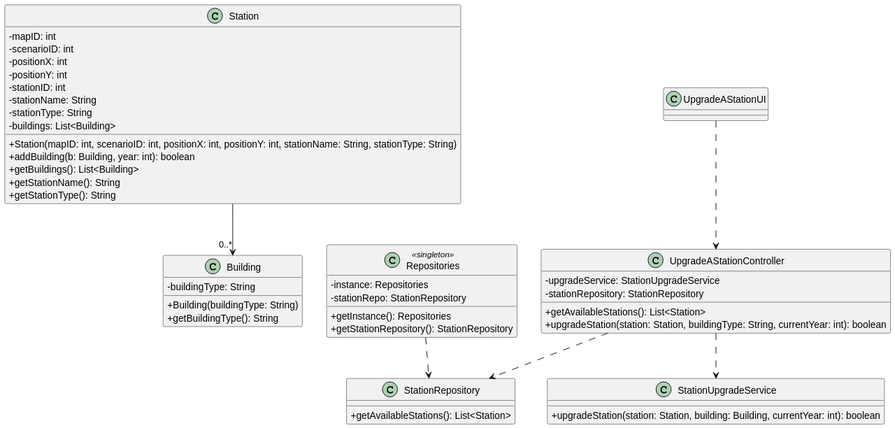
Before: docs/sprint3/us006/03.design/svg/us006-class-diagram.svg, a diagram exported from PlantUML (ivasduarte/all-aboard). Source of this version:
```plantuml
@startuml
skinparam packageStyle rectangle
skinparam shadowing false
skinparam classAttributeIconSize 0

class Station {
  - mapID: int
  - scenarioID: int
  - positionX: int
  - positionY: int
  - stationID: int
  - stationName: String
  - stationType: String
  - buildings: List<Building>
  + Station(mapID: int, scenarioID: int, positionX: int, positionY: int, stationName: String, stationType: String)
  + addBuilding(b: Building, year: int): boolean
  + getBuildings(): List<Building>
  + getStationName(): String
  + getStationType(): String
}

class Building {
  - buildingType: String
  + Building(buildingType: String)
  + getBuildingType(): String
}

class StationUpgradeService {
  + upgradeStation(station: Station, building: Building, currentYear: int): boolean
}

class UpgradeAStationUI

class UpgradeAStationController {
  - upgradeService: StationUpgradeService
  - stationRepository: StationRepository
  + getAvailableStations(): List<Station>
  + upgradeStation(station: Station, buildingType: String, currentYear: int): boolean
}

class Repositories <<singleton>> {
  - instance: Repositories
  - stationRepo: StationRepository
  + getInstance(): Repositories
  + getStationRepository(): StationRepository
}

class StationRepository {
  + getAvailableStations(): List<Station>
}

UpgradeAStationUI ..> UpgradeAStationController
UpgradeAStationController ..> StationUpgradeService
UpgradeAStationController ..> StationRepository
Repositories ..> StationRepository
Station --> "0..*" Building
@enduml
```
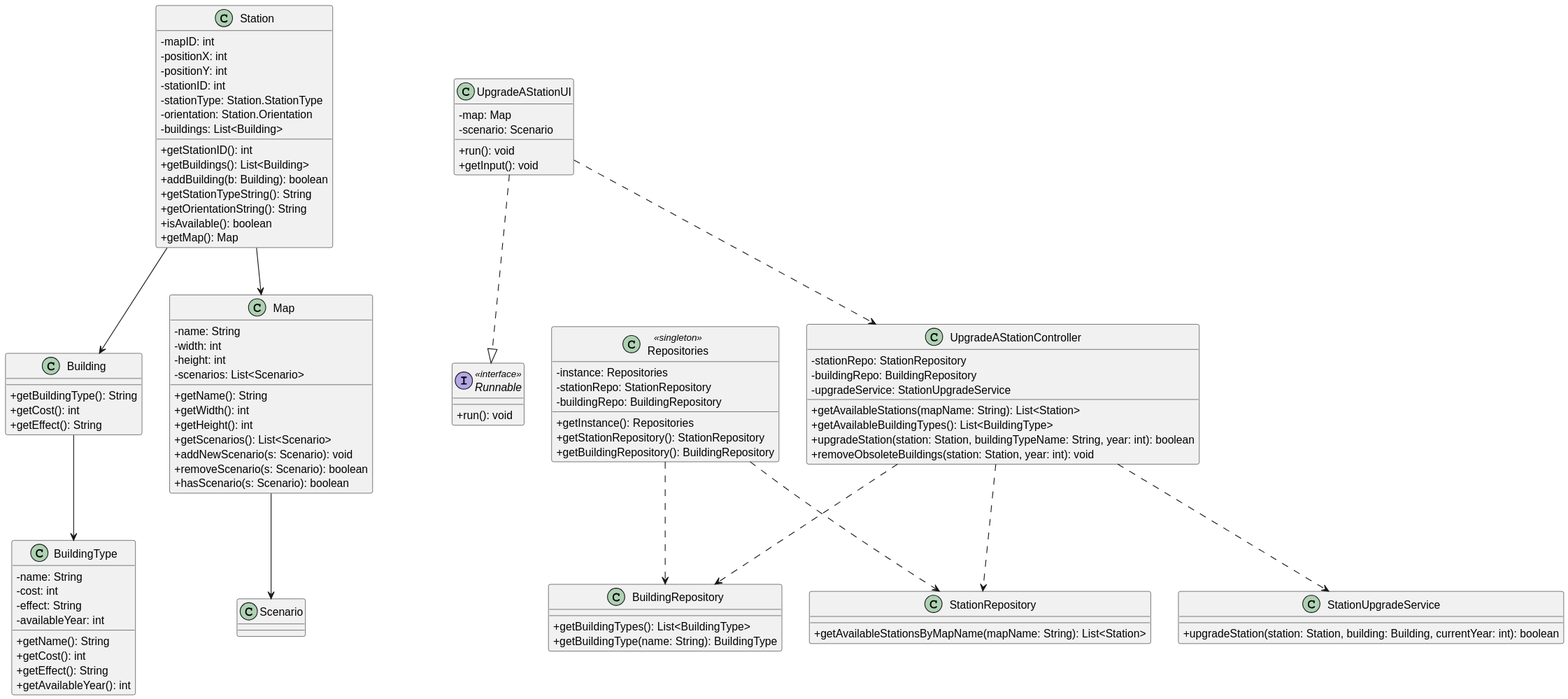
The same diagram one commit later.

Commit message:
US006(docs): fixed class diagram & updated ReadMe file

Change to the diagram source:
```diff
@@ -5,53 +5,111 @@
 
 class Station {
   - mapID: int
-  - scenarioID: int
   - positionX: int
   - positionY: int
   - stationID: int
-  - stationName: String
-  - stationType: String
+  - stationType: Station.StationType
+  - orientation: Station.Orientation
   - buildings: List<Building>
-  + Station(mapID: int, scenarioID: int, positionX: int, positionY: int, stationName: String, stationType: String)
-  + addBuilding(b: Building, year: int): boolean
+  + getStationID(): int
   + getBuildings(): List<Building>
-  + getStationName(): String
-  + getStationType(): String
+  + addBuilding(b: Building): boolean
+  + getStationTypeString(): String
+  + getOrientationString(): String
+  + isAvailable(): boolean
+  + getMap(): Map
 }
 
 class Building {
-  - buildingType: String
-  + Building(buildingType: String)
   + getBuildingType(): String
+  + getCost(): int
+  + getEffect(): String
+}
+
+class BuildingType {
+  - name: String
+  - cost: int
+  - effect: String
+  - availableYear: int
+  + getName(): String
+  + getCost(): int
+  + getEffect(): String
+  + getAvailableYear(): int
 }
 
 class StationUpgradeService {
   + upgradeStation(station: Station, building: Building, currentYear: int): boolean
 }
 
-class UpgradeAStationUI
+class UpgradeAStationController {
+  - stationRepo: StationRepository
+  - buildingRepo: BuildingRepository
+  - upgradeService: StationUpgradeService
+  + getAvailableStations(mapName: String): List<Station>
+  + getAvailableBuildingTypes(): List<BuildingType>
+  + upgradeStation(station: Station, buildingTypeName: String, year: int): boolean
+  + removeObsoleteBuildings(station: Station, year: int): void
+}
 
-class UpgradeAStationController {
-  - upgradeService: StationUpgradeService
-  - stationRepository: StationRepository
-  + getAvailableStations(): List<Station>
-  + upgradeStation(station: Station, buildingType: String, currentYear: int): boolean
+class StationRepository {
+  + getAvailableStationsByMapName(mapName: String): List<Station>
+}
+
+class BuildingRepository {
+  + getBuildingTypes(): List<BuildingType>
+  + getBuildingType(name: String): BuildingType
 }
 
 class Repositories <<singleton>> {
   - instance: Repositories
   - stationRepo: StationRepository
+  - buildingRepo: BuildingRepository
   + getInstance(): Repositories
   + getStationRepository(): StationRepository
+  + getBuildingRepository(): BuildingRepository
 }
 
-class StationRepository {
-  + getAvailableStations(): List<Station>
+class UpgradeAStationUI {
+  - map: Map
+  - scenario: Scenario
+  + run(): void
+  + getInput(): void
 }
 
-UpgradeAStationUI ..> UpgradeAStationController
+interface Runnable <<interface>> {
+    +run(): void
+}
+
+class Map {
+  - name: String
+  - width: int
+  - height: int
+  - scenarios: List<Scenario>
+  + getName(): String
+  + getWidth(): int
+  + getHeight(): int
+  + getScenarios(): List<Scenario>
+  + addNewScenario(s: Scenario): void
+  + removeScenario(s: Scenario): boolean
+  + hasScenario(s: Scenario): boolean
+}
+
+class Scenario {
+}
+
+Station --> Building
+Building --> BuildingType
+
+UpgradeAStationUI ..|> Runnable
+
 UpgradeAStationController ..> StationUpgradeService
 UpgradeAStationController ..> StationRepository
+UpgradeAStationController ..> BuildingRepository
+
 Repositories ..> StationRepository
-Station --> "0..*" Building
+Repositories ..> BuildingRepository
+
+UpgradeAStationUI ..> UpgradeAStationController
+Station --> Map
+Map --> Scenario
 @enduml
```
